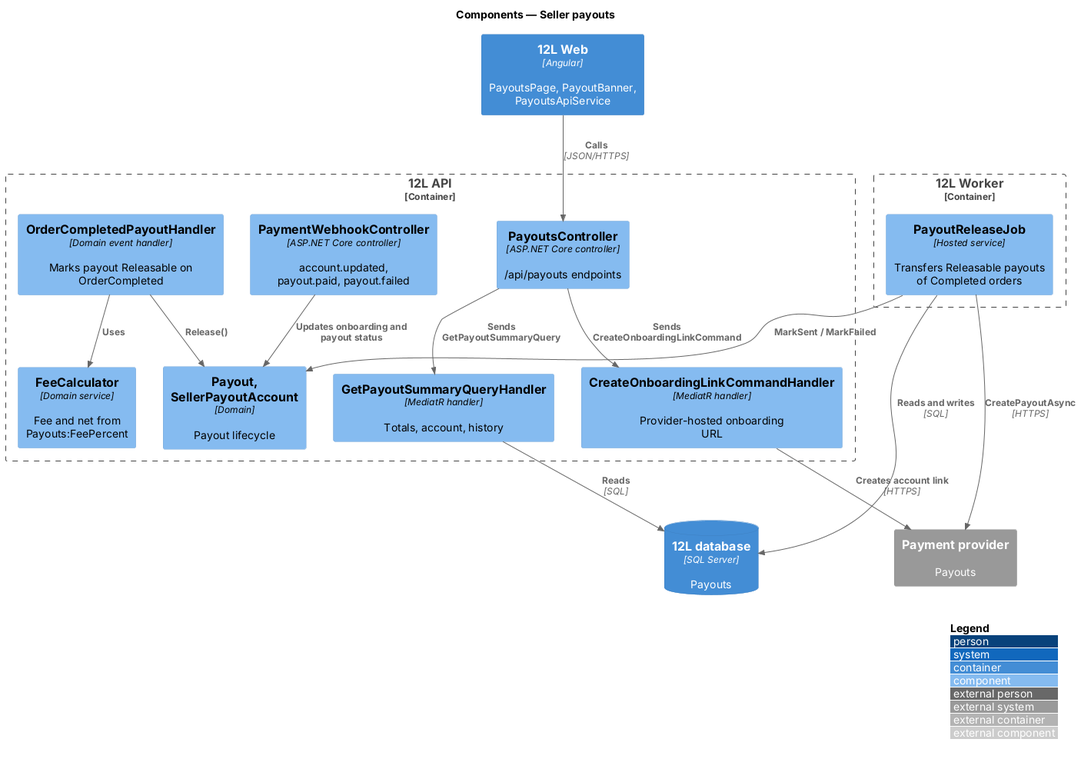
The PlantUML diagram docs/detailed-designs/orders/seller-payouts/diagrams/c4-component.png in QuinntyneBrown/12l, before a commit.
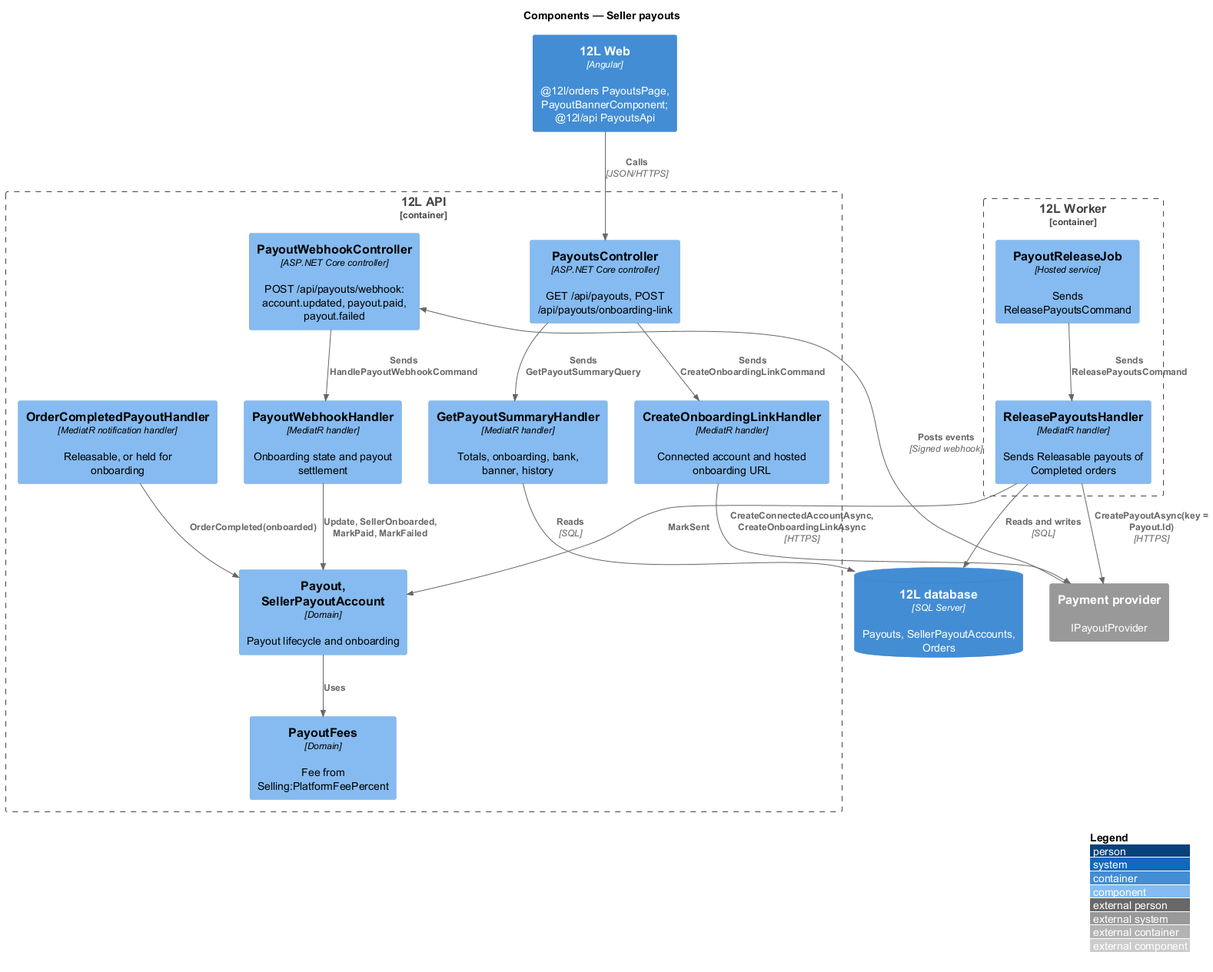
The same diagram one commit later.

Change to the diagram source:
```diff
@@ -3,30 +3,35 @@
 LAYOUT_WITH_LEGEND()
 title Components — Seller payouts
 
-Container(web, "12L Web", "Angular", "PayoutsPage, PayoutBanner, PayoutsApiService")
+Container(web, "12L Web", "Angular", "@12l/orders PayoutsPage, PayoutBannerComponent; @12l/api PayoutsApi")
 Container_Boundary(api, "12L API") {
-  Component(ctrl, "PayoutsController", "ASP.NET Core controller", "/api/payouts endpoints")
-  Component(wh, "PaymentWebhookController", "ASP.NET Core controller", "account.updated, payout.paid, payout.failed")
-  Component(q, "GetPayoutSummaryQueryHandler", "MediatR handler", "Totals, account, history")
-  Component(ol, "CreateOnboardingLinkCommandHandler", "MediatR handler", "Provider-hosted onboarding URL")
-  Component(evt, "OrderCompletedPayoutHandler", "Domain event handler", "Marks payout Releasable on OrderCompleted")
-  Component(fee, "FeeCalculator", "Domain service", "Fee and net from Payouts:FeePercent")
-  Component(ent, "Payout, SellerPayoutAccount", "Domain", "Payout lifecycle")
+  Component(ctrl, "PayoutsController", "ASP.NET Core controller", "GET /api/payouts, POST /api/payouts/onboarding-link")
+  Component(wh, "PayoutWebhookController", "ASP.NET Core controller", "POST /api/payouts/webhook: account.updated, payout.paid, payout.failed")
+  Component(q, "GetPayoutSummaryHandler", "MediatR handler", "Totals, onboarding, bank, banner, history")
+  Component(ol, "CreateOnboardingLinkHandler", "MediatR handler", "Connected account and hosted onboarding URL")
+  Component(whh, "PayoutWebhookHandler", "MediatR handler", "Onboarding state and payout settlement")
+  Component(evt, "OrderCompletedPayoutHandler", "MediatR notification handler", "Releasable, or held for onboarding")
+  Component(fee, "PayoutFees", "Domain", "Fee from Selling:PlatformFeePercent")
+  Component(ent, "Payout, SellerPayoutAccount", "Domain", "Payout lifecycle and onboarding")
 }
 Container_Boundary(worker, "12L Worker") {
-  Component(job, "PayoutReleaseJob", "Hosted service", "Transfers Releasable payouts of Completed orders")
+  Component(job, "PayoutReleaseJob", "Hosted service", "Sends ReleasePayoutsCommand")
+  Component(rel, "ReleasePayoutsHandler", "MediatR handler", "Sends Releasable payouts of Completed orders")
 }
-ContainerDb(db, "12L database", "SQL Server", "Payouts")
-System_Ext(pay, "Payment provider", "Payouts")
+ContainerDb(db, "12L database", "SQL Server", "Payouts, SellerPayoutAccounts, Orders")
+System_Ext(pay, "Payment provider", "IPayoutProvider")
 Rel(web, ctrl, "Calls", "JSON/HTTPS")
+Rel(pay, wh, "Posts events", "Signed webhook")
 Rel(ctrl, q, "Sends GetPayoutSummaryQuery")
 Rel(ctrl, ol, "Sends CreateOnboardingLinkCommand")
-Rel(ol, pay, "Creates account link", "HTTPS")
-Rel(wh, ent, "Updates onboarding and payout status")
-Rel(evt, ent, "Release()")
-Rel(evt, fee, "Uses")
-Rel(job, ent, "MarkSent / MarkFailed")
-Rel(job, pay, "CreatePayoutAsync", "HTTPS")
+Rel(wh, whh, "Sends HandlePayoutWebhookCommand")
+Rel(ol, pay, "CreateConnectedAccountAsync, CreateOnboardingLinkAsync", "HTTPS")
+Rel(whh, ent, "Update, SellerOnboarded, MarkPaid, MarkFailed")
+Rel(evt, ent, "OrderCompleted(onboarded)")
+Rel(ent, fee, "Uses")
+Rel(job, rel, "Sends ReleasePayoutsCommand")
+Rel(rel, ent, "MarkSent")
+Rel(rel, pay, "CreatePayoutAsync(key = Payout.Id)", "HTTPS")
 Rel(q, db, "Reads", "SQL")
-Rel(job, db, "Reads and writes", "SQL")
+Rel(rel, db, "Reads and writes", "SQL")
 @enduml
```
